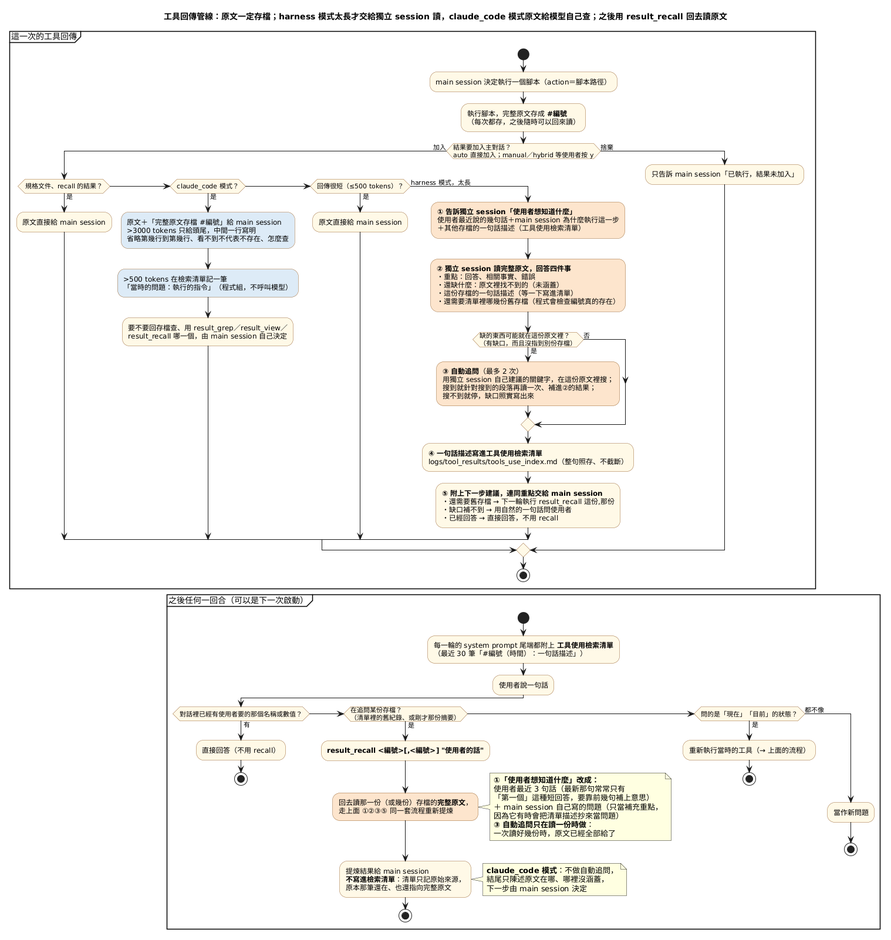
Before: doc/images/AI_agent_harness的工具回傳管線.png, a diagram exported from PlantUML (DavidZox/AI_agent_harness).
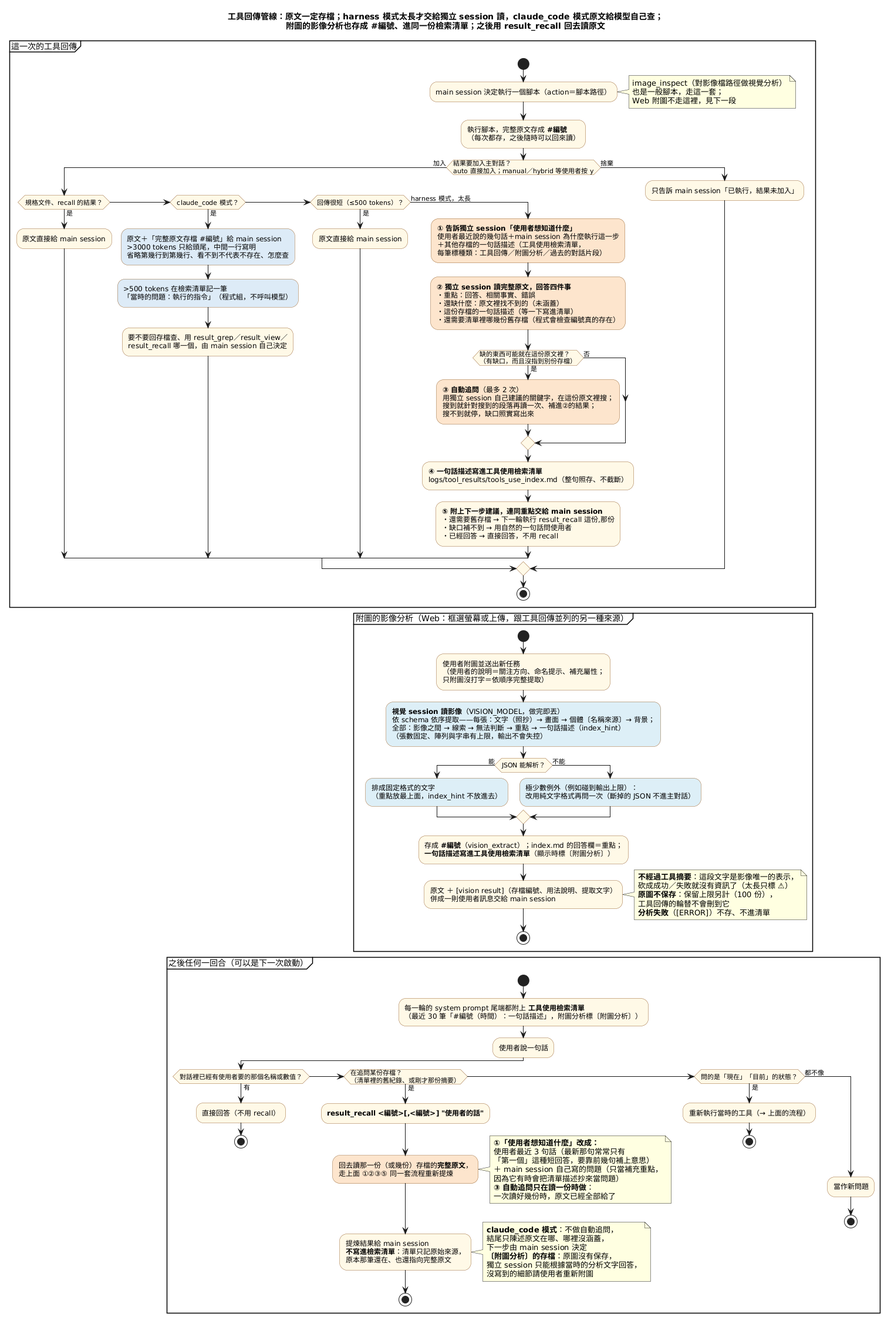
After the commit.

Diff of the diagram source:
```diff
@@ -5,11 +5,16 @@
 skinparam ActivityBorderColor #996633
 skinparam NoteBackgroundColor #FFFFE0
 
-title 工具回傳管線：原文一定存檔；harness 模式太長才交給獨立 session 讀，claude_code 模式原文給模型自己查；之後用 result_recall 回去讀原文
+title 工具回傳管線：原文一定存檔；harness 模式太長才交給獨立 session 讀，claude_code 模式原文給模型自己查；\n附圖的影像分析也存成 #編號、進同一份檢索清單；之後用 result_recall 回去讀原文
 
 partition "這一次的工具回傳" {
 start
 :main session 決定執行一個腳本（action＝腳本路徑）;
+note right
+  image_inspect（對影像檔路徑做視覺分析）
+  也是一般腳本，走這一套；
+  Web 附圖不走這裡，見下一段
+end note
 :執行腳本，完整原文存成 **#編號**
 （每次都存，之後隨時可以回來讀）;
 if (結果要加入主對話？
@@ -29,7 +34,8 @@
   else (harness 模式，太長)
     :**① 告訴獨立 session「使用者想知道什麼」**
 使用者最近說的幾句話＋main session 為什麼執行這一步
-＋其他存檔的一句話描述（工具使用檢索清單）; <<#FCE5CD>>
+＋其他存檔的一句話描述（工具使用檢索清單，
+每筆標種類：工具回傳／附圖分析／過去的對話片段）; <<#FCE5CD>>
     :**② 獨立 session 讀完整原文，回答四件事**
 ・重點：回答、相關事實、錯誤
 ・還缺什麼：原文裡找不到的（未涵蓋）
@@ -56,10 +62,40 @@
 stop
 }
 
+partition "附圖的影像分析（Web：框選螢幕或上傳，跟工具回傳並列的另一種來源）" {
+start
+:使用者附圖並送出新任務
+（使用者的說明＝關注方向、命名提示、補充屬性；
+只附圖沒打字＝依順序完整提取）;
+:**視覺 session 讀影像**（VISION_MODEL，做完即丟）
+依 schema 依序提取——每張：文字（照抄）→ 畫面 → 個體〔名稱來源〕→ 背景；
+全部：影像之間 → 線索 → 無法判斷 → 重點 → 一句話描述（index_hint）
+（張數固定、陣列與字串有上限，輸出不會失控）; <<#DDEEF6>>
+if (JSON 能解析？) then (能)
+  :排成固定格式的文字
+（重點放最上面，index_hint 不放進去）; <<#DDEEF6>>
+else (不能)
+  :極少數例外（例如碰到輸出上限）：
+改用純文字格式再問一次（斷掉的 JSON 不進主對話）; <<#DDEEF6>>
+endif
+:存成 **#編號**（vision_extract）；index.md 的回答欄＝重點；
+**一句話描述寫進工具使用檢索清單**（顯示時標〔附圖分析〕）;
+:原文 ＋ [vision result]（存檔編號、用法說明、提取文字）
+併成一則使用者訊息交給 main session;
+note right
+  **不經過工具摘要**：這段文字是影像唯一的表示，
+  砍成成功／失敗就沒有資訊了（太長只標 ⚠️）
+  **原圖不保存**：保留上限另計（100 份），
+  工具回傳的輪替不會刪到它
+  **分析失敗**（[ERROR]）不存、不進清單
+end note
+stop
+}
+
 partition "之後任何一回合（可以是下一次啟動）" {
 start
 :每一輪的 system prompt 尾端都附上 **工具使用檢索清單**
-（最近 30 筆「#編號（時間）：一句話描述」）;
+（最近 30 筆「#編號（時間）：一句話描述」，附圖分析標〔附圖分析〕）;
 :使用者說一句話;
 if (對話裡已經有使用者要的那個名稱或數值？) then (有)
   :直接回答（不用 recall）;
@@ -85,6 +121,9 @@
     **claude_code 模式**：不做自動追問，
     結尾只陳述原文在哪、哪裡沒涵蓋，
     下一步由 main session 決定
+    **〔附圖分析〕的存檔**：原圖沒有保存，
+    獨立 session 只能根據當時的分析文字回答，
+    沒寫到的細節請使用者重新附圖
   end note
   stop
 elseif (問的是「現在」「目前」的狀態？) then (是)
```
